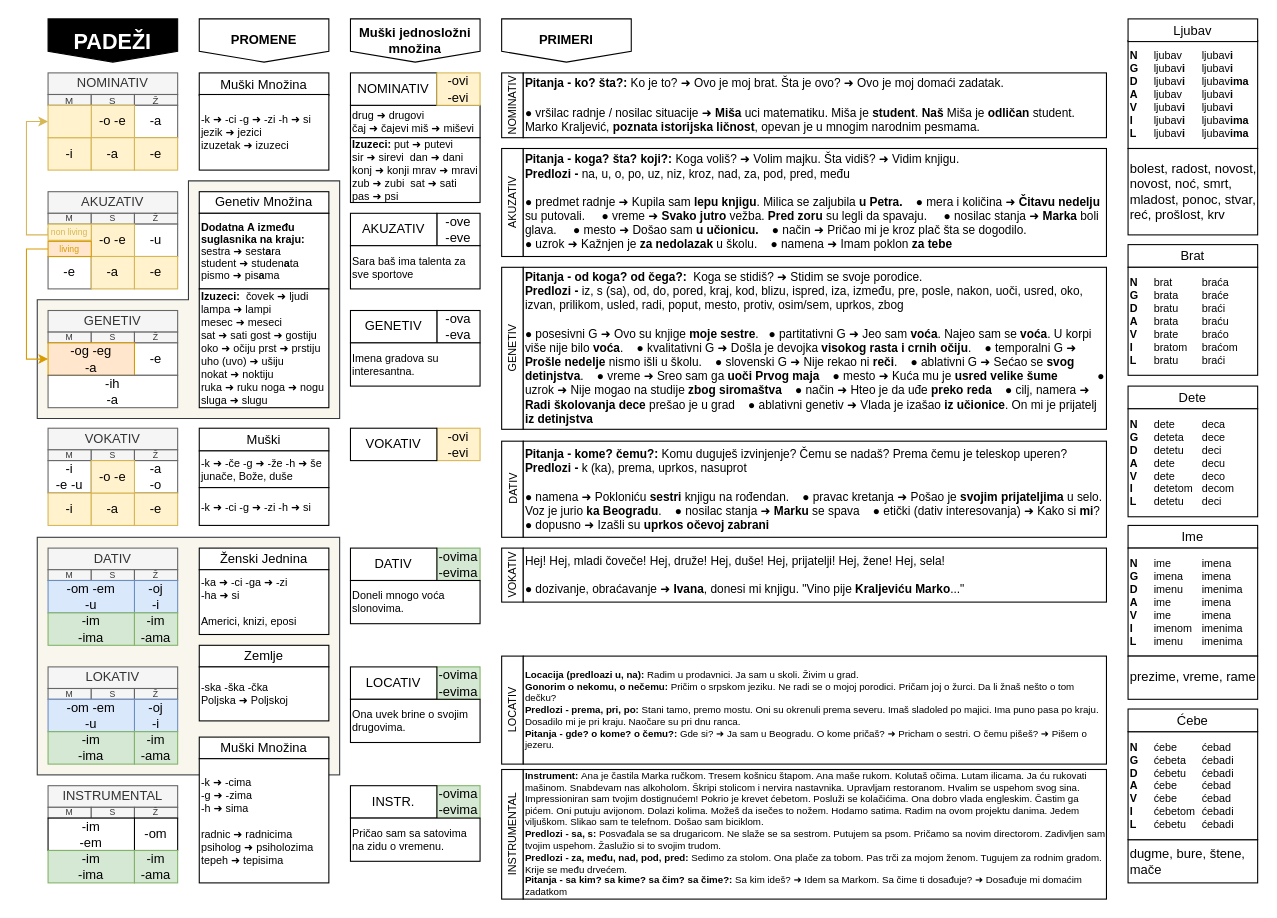
vlandivir/srpski keeps this draw.io diagram as draws/padezi.drawio. Above is the earlier version. Source tidied: cells renumbered, new cells numbered last; positions are measured from the earlier drawing's top-left corner, leaving out a move shared by most shapes. Both pictures are drawn from the tidied source at 108%, with x=0, y=0 at pixel (26, 18).
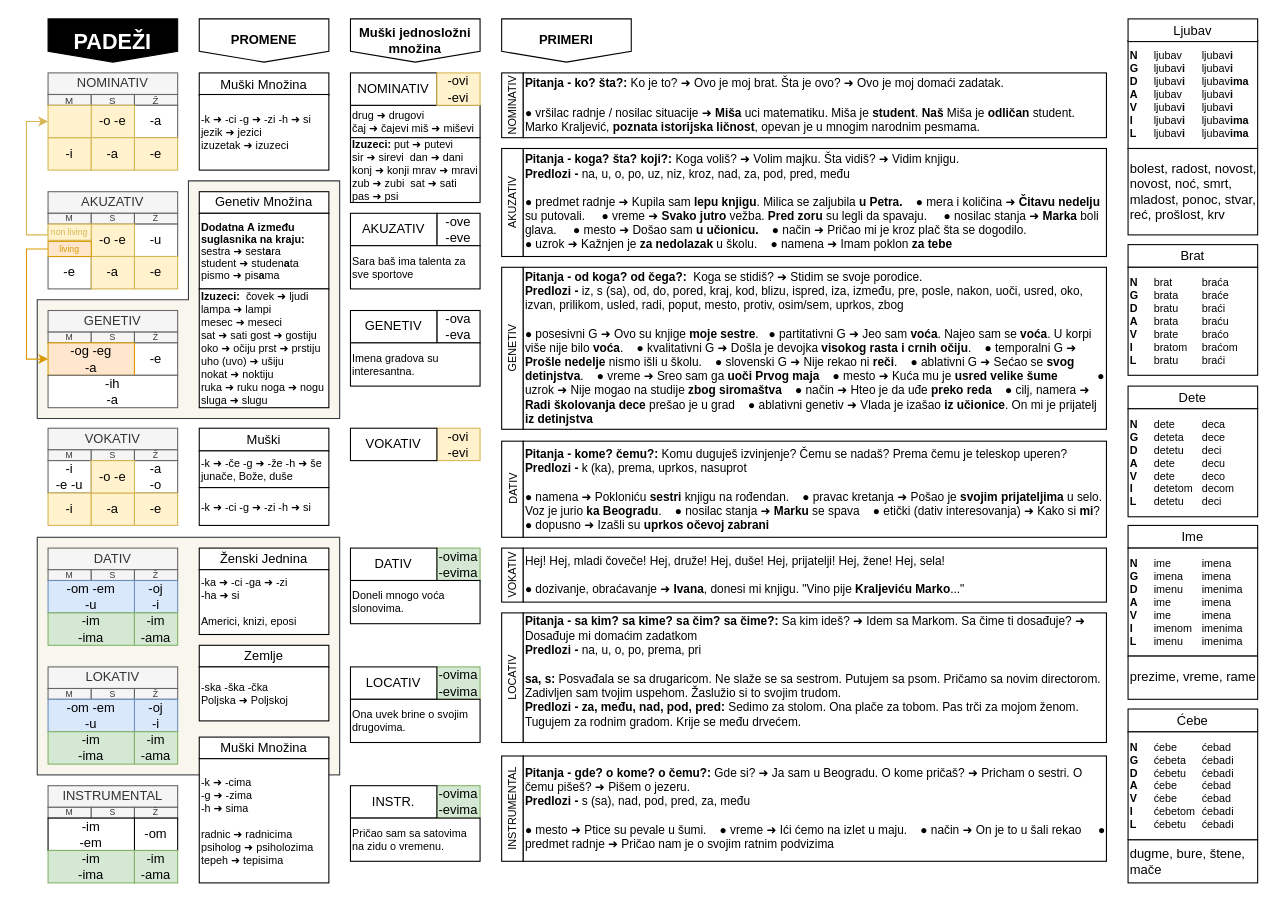
Above is the later version.

Commit message:
LOC + INST

Change to the diagram source:
```diff
@@
     <mxCell id="100" value="LOCATIV" style="rounded=0;whiteSpace=wrap;html=1;fontSize=10;horizontal=0;" parent="1" vertex="1">
-      <mxGeometry x="440" y="590" width="20" height="100" as="geometry" />
+      <mxGeometry x="440" y="550" width="20" height="120" as="geometry" />
     </mxCell>
     <mxCell id="101" value="INSTRUMENTAL" style="rounded=0;whiteSpace=wrap;html=1;fontSize=10;horizontal=0;" parent="1" vertex="1">
-      <mxGeometry x="440" y="695" width="20" height="120" as="geometry" />
+      <mxGeometry x="440" y="682.5" width="20" height="97.5" as="geometry" />
     </mxCell>
@@
-    <mxCell id="119" value="&lt;b&gt;Instrument: &lt;/b&gt;Ana je častila Marka ručkom. Tresem košnicu štapom. Ana maše rukom. Kolutaš očima. Lutam ilicama. Ja ću rukovati mašinom. Snabdevam nas alkoholom. Škripi stolicom i nervira nastavnika. Upravljam restoranom. Hvalim se uspehom svog sina. Impressioniran sam tvojim dostignućem! Pokrio je krevet ćebetom. Posluži se kolačićima. Ona dobro vlada engleskim. Častim ga pićem. Oni putuju avijonom. Dolazi kolima. Možeš da isečes to nožem. Hodamo satima. Radim na ovom projektu danima. Jedem viljuškom. Slikao sam te telefnom. Došao sam biciklom.&lt;div&gt;&lt;b style=&quot;border-color: var(--border-color);&quot;&gt;Predlozi - sa, s: &lt;/b&gt;Posvađala se sa drugaricom. Ne slaže se sa sestrom. Putujem sa psom. Pričamo sa novim directorom. Zadivljen sam tvojim uspehom. Žaslužio si to svojim trudom.&lt;br&gt;&lt;b style=&quot;border-color: var(--border-color);&quot;&gt;Predlozi - za, među, nad, pod, pred&lt;/b&gt;&lt;b style=&quot;border-color: var(--border-color);&quot;&gt;: &lt;/b&gt;Sedimo za stolom. Ona plače za tobom. Pas trči za mojom ženom. Tugujem za rodnim gradom. Krije se među drvećem.&lt;br&gt;&lt;b&gt;Pitanja - sa kim? sa kime? sa čim? sa čime?:&lt;/b&gt; Sa kim ideš?&amp;nbsp;➜ Idem sa Markom. Sa čime ti dosađuje?&amp;nbsp;➜ Dosađuje mi domaćim zadatkom&lt;/div&gt;" style="rounded=0;whiteSpace=wrap;html=1;align=left;fontSize=9;" parent="1" vertex="1">
-      <mxGeometry x="460" y="695" width="540" height="120" as="geometry" />
+    <mxCell id="119" value="&lt;div style=&quot;font-size: 11px;&quot;&gt;&lt;b style=&quot;border-color: var(--border-color);&quot;&gt;&lt;font style=&quot;font-size: 11px;&quot;&gt;&lt;b&gt;Pitanja - sa kim? sa kime? sa čim? sa čime?:&lt;/b&gt;&lt;span style=&quot;font-weight: 400;&quot;&gt;&amp;nbsp;Sa kim ideš?&amp;nbsp;➜ Idem sa Markom. Sa čime ti dosađuje?&amp;nbsp;➜ Dosađuje mi domaćim zadatkom&lt;/span&gt;&lt;br&gt;&lt;/font&gt;&lt;/b&gt;&lt;/div&gt;&lt;div style=&quot;font-size: 11px;&quot;&gt;&lt;b style=&quot;border-color: var(--border-color);&quot;&gt;Predlozi -&amp;nbsp;&lt;/b&gt;&lt;span style=&quot;border-color: var(--border-color);&quot;&gt;na, u, o, po, prema, pri&lt;/span&gt;&lt;br&gt;&lt;/div&gt;&lt;div&gt;&lt;font style=&quot;font-size: 11px;&quot;&gt;&lt;b style=&quot;border-color: var(--border-color);&quot;&gt;&lt;br&gt;&lt;/b&gt;&lt;/font&gt;&lt;/div&gt;&lt;div&gt;&lt;font style=&quot;font-size: 11px;&quot;&gt;&lt;b style=&quot;border-color: var(--border-color);&quot;&gt;sa, s: &lt;/b&gt;Posvađala se sa drugaricom. Ne slaže se sa sestrom. Putujem sa psom. Pričamo sa novim directorom. Zadivljen sam tvojim uspehom. Žaslužio si to svojim trudom.&lt;br&gt;&lt;b style=&quot;border-color: var(--border-color);&quot;&gt;Predlozi - za, među, nad, pod, pred&lt;/b&gt;&lt;b style=&quot;border-color: var(--border-color);&quot;&gt;: &lt;/b&gt;Sedimo za stolom. Ona plače za tobom. Pas trči za mojom ženom. Tugujem za rodnim gradom. Krije se među drvećem.&lt;br&gt;&lt;/font&gt;&lt;br&gt;&lt;/div&gt;" style="rounded=0;whiteSpace=wrap;html=1;align=left;fontSize=9;" parent="1" vertex="1">
+      <mxGeometry x="460" y="550" width="540" height="120" as="geometry" />
     </mxCell>
@@
-    <mxCell id="121" value="&lt;b style=&quot;font-size: 9px;&quot;&gt;Locacija (predloazi u, na): &lt;/b&gt;&lt;span style=&quot;font-size: 9px;&quot;&gt;Radim u prodavnici. Ja sam u skoli. Živim u grad.&lt;br&gt;&lt;/span&gt;&lt;b style=&quot;font-size: 9px;&quot;&gt;Gonorim o nekomu, o nečemu: &lt;/b&gt;Pričim o srpskom jeziku. Ne radi se o mojoj porodici. Pričam joj o žurci. Da li žnaš nešto o tom dečku?&lt;br&gt;&lt;b style=&quot;font-size: 9px;&quot;&gt;Predlozi - prema, pri, po: &lt;/b&gt;Stani tamo, premo mostu. Oni su okrenuli prema severu. Imaš sladoled po majici. Ima puno pasa po kraju. Dosadilo mi je pri kraju. Naočare su pri dnu ranca.&lt;br&gt;&lt;b style=&quot;font-size: 9px;&quot;&gt;Pitanja - gde? o kome? o čemu?: &lt;/b&gt;Gde si? ➜ Ja sam u Beogradu. O kome pričaš?&amp;nbsp;➜ Pricham o sestri. O čemu pišeš?&amp;nbsp;➜ Pišem o jezeru." style="rounded=0;whiteSpace=wrap;html=1;align=left;fontSize=9;" parent="1" vertex="1">
-      <mxGeometry x="460" y="590" width="540" height="100" as="geometry" />
+    <mxCell id="121" value="&lt;div style=&quot;font-size: 11px;&quot;&gt;&lt;font style=&quot;font-size: 11px;&quot;&gt;&lt;b&gt;Pitanja - gde? o kome? o čemu?:&amp;nbsp;&lt;/b&gt;Gde si? ➜ Ja sam u Beogradu. O kome pričaš?&amp;nbsp;➜ Pricham o sestri. O čemu pišeš?&amp;nbsp;➜ Pišem o jezeru.&lt;b&gt;&lt;br&gt;&lt;/b&gt;&lt;/font&gt;&lt;/div&gt;&lt;div style=&quot;font-size: 11px;&quot;&gt;&lt;font style=&quot;font-size: 11px;&quot;&gt;&lt;b&gt;Predlozi -&amp;nbsp;&lt;/b&gt;s (sa), nad, pod, pred, za, među&lt;br&gt;&lt;/font&gt;&lt;/div&gt;&lt;font style=&quot;font-size: 11px;&quot;&gt;&lt;font style=&quot;font-size: 11px;&quot;&gt;&lt;font style=&quot;font-size: 11px;&quot;&gt;&lt;b&gt;&lt;div&gt;&lt;font style=&quot;font-size: 11px;&quot;&gt;&lt;b&gt;&lt;br&gt;&lt;/b&gt;&lt;/font&gt;&lt;/div&gt;&lt;/b&gt;&lt;/font&gt;&lt;/font&gt;● mesto ➜ Ptice su pevale u šumi. &amp;nbsp; &amp;nbsp;● vreme ➜ Ići ćemo na izlet u maju. &amp;nbsp; &amp;nbsp;● način ➜ On je to u šali rekao &amp;nbsp; &amp;nbsp; ● predmet radnje ➜ Pričao nam je o svojim ratnim podvizima&lt;br&gt;&lt;/font&gt;" style="rounded=0;whiteSpace=wrap;html=1;align=left;fontSize=9;" parent="1" vertex="1">
+      <mxGeometry x="460" y="682.5" width="540" height="97.5" as="geometry" />
     </mxCell>
```
